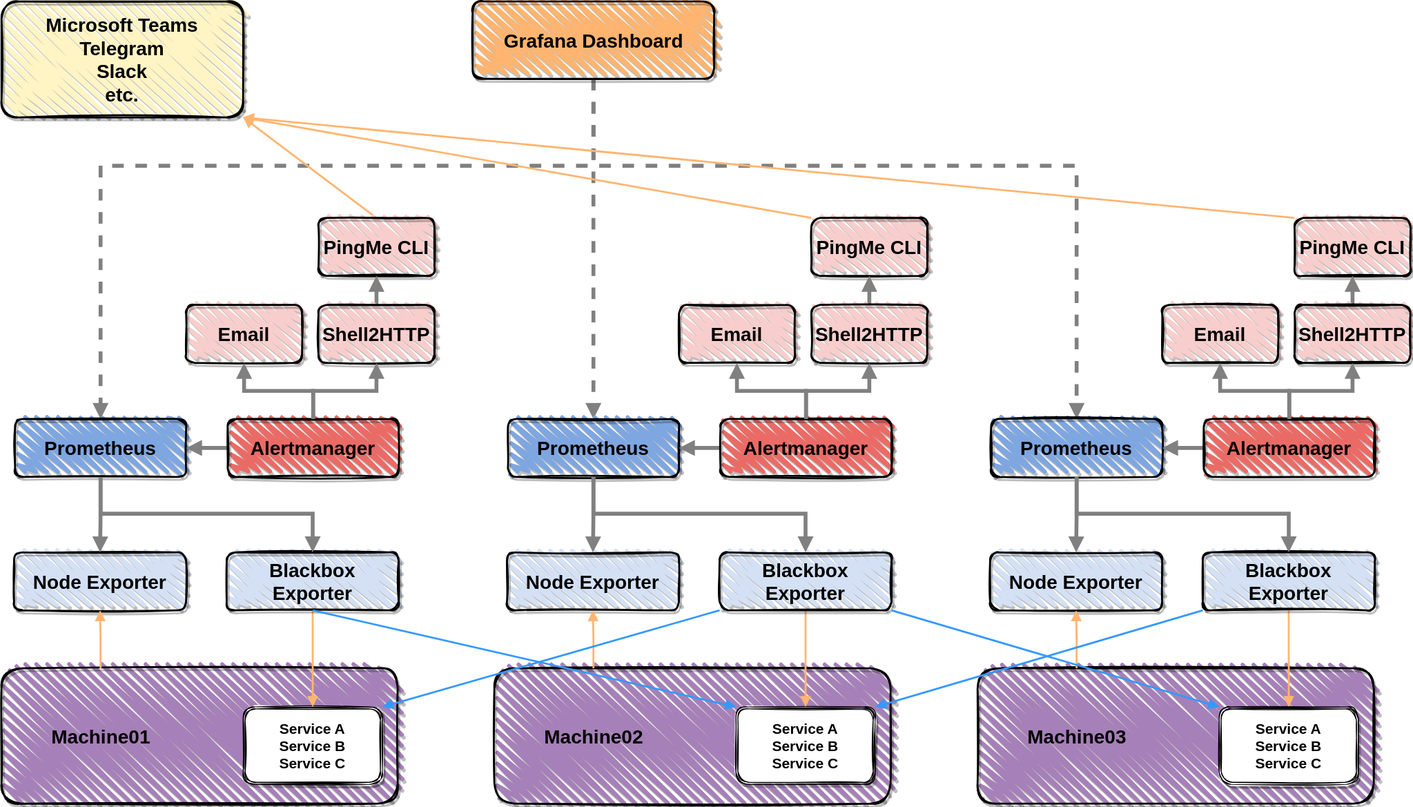
Before: docs/architecture.drawio.svg, a diagram exported from draw.io (matbgn/prommanager). Source tidied: cells renumbered, new cells last; positions are measured from the earlier drawing's top-left corner, leaving out a move shared by most shapes.
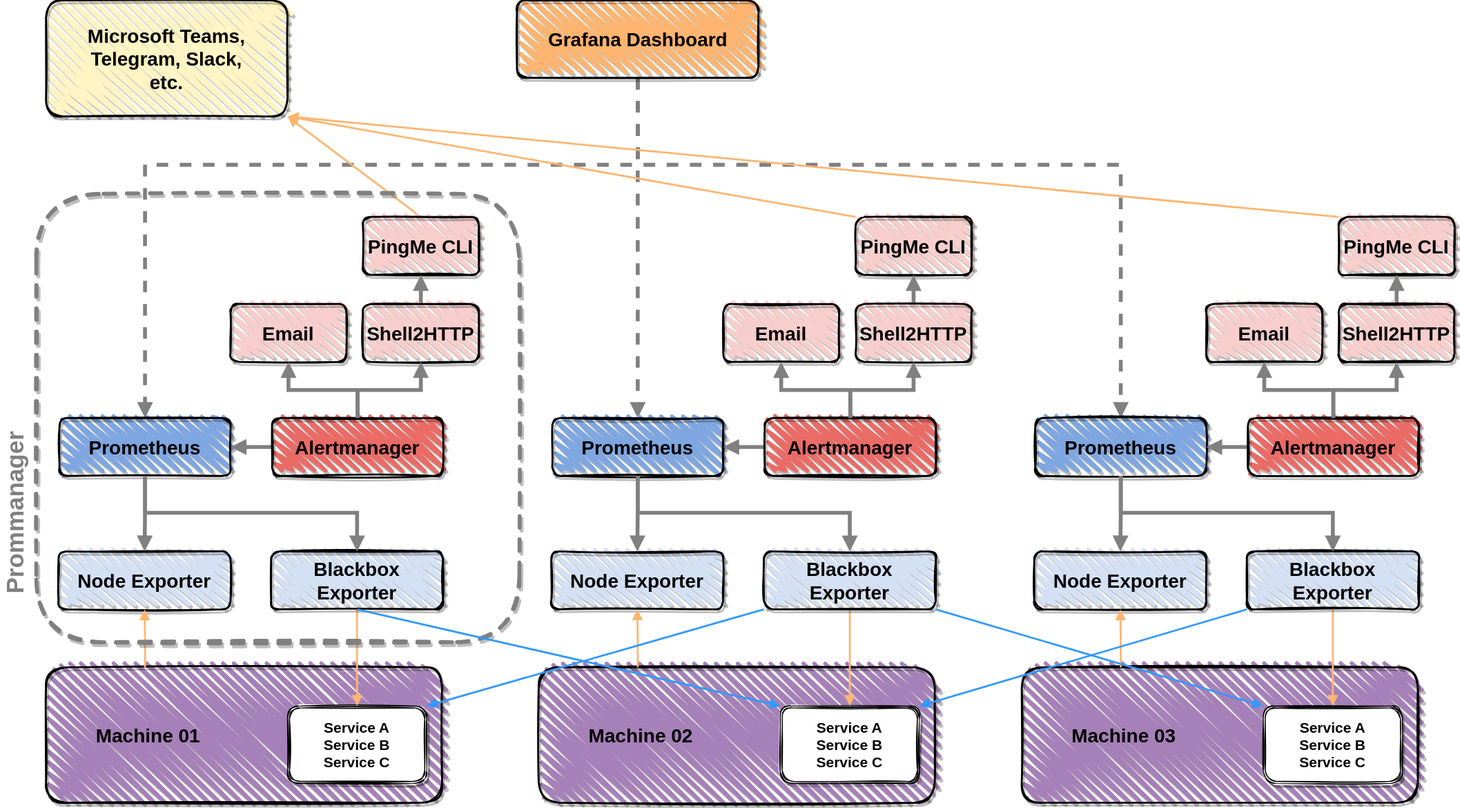
After the commit.

Commit message:
Update architecture diagram

Diff of the diagram source:
```diff
@@ -33,11 +33,11 @@
     <mxCell id="6" style="rounded=0;jettySize=auto;html=1;exitX=0.5;exitY=0;exitDx=0;exitDy=0;entryX=1;entryY=1;entryDx=0;entryDy=0;fontSize=15;startArrow=none;startFill=0;endArrow=block;endFill=1;strokeColor=#FFB570;strokeWidth=2;" parent="1" edge="1" source="14" target="7">
       <mxGeometry relative="1" as="geometry" />
     </mxCell>
-    <mxCell id="7" value="&lt;span style=&quot;font-size: 20px;&quot;&gt;&lt;b&gt;Microsoft Teams&lt;br&gt;Telegram&lt;br&gt;Slack&lt;br&gt;etc.&lt;br&gt;&lt;/b&gt;&lt;/span&gt;" style="rounded=1;whiteSpace=wrap;html=1;strokeWidth=2;fillWeight=4;hachureGap=8;hachureAngle=45;fillColor=#FFF4C3;sketch=1;shadow=1;glass=0;fillStyle=zigzag;" parent="1" vertex="1">
+    <mxCell id="7" value="&lt;span style=&quot;font-size: 20px;&quot;&gt;&lt;b&gt;Microsoft Teams,&lt;br&gt;Telegram,&amp;nbsp;&lt;/b&gt;&lt;/span&gt;&lt;b style=&quot;font-size: 20px;&quot;&gt;Slack,&lt;/b&gt;&lt;span style=&quot;font-size: 20px;&quot;&gt;&lt;b&gt;&lt;br&gt;etc.&lt;br&gt;&lt;/b&gt;&lt;/span&gt;" style="rounded=1;whiteSpace=wrap;html=1;strokeWidth=2;fillWeight=4;hachureGap=8;hachureAngle=45;fillColor=#FFF4C3;sketch=1;shadow=1;glass=0;fillStyle=zigzag;" parent="1" vertex="1">
       <mxGeometry width="250" height="120" as="geometry" />
     </mxCell>
     <mxCell id="8" style="group;" parent="1" vertex="1">
-      <mxGeometry y="224" width="448" height="606" as="geometry" />
+      <mxGeometry y="224" width="490" height="606" as="geometry" />
     </mxCell>
     <mxCell id="9" value="&lt;b&gt;&lt;font style=&quot;font-size: 20px;&quot;&gt;Prometheus&lt;/font&gt;&lt;/b&gt;" style="rounded=1;whiteSpace=wrap;html=1;strokeWidth=2;fillWeight=4;hachureGap=8;hachureAngle=45;fillColor=#7EA6E0;sketch=1;shadow=1;glass=0;fillStyle=zigzag;" parent="8" vertex="1">
       <mxGeometry x="14" y="208" width="177" height="60" as="geometry" />
@@ -60,7 +60,7 @@
     <mxCell id="15" style="group;" parent="8" vertex="1">
       <mxGeometry y="466" width="410" height="140" as="geometry" />
     </mxCell>
-    <mxCell id="16" value="&lt;b&gt;&lt;font style=&quot;font-size: 20px;&quot;&gt;Machine01&lt;/font&gt;&lt;/b&gt;" style="rounded=1;whiteSpace=wrap;html=1;strokeWidth=2;fillWeight=4;hachureGap=8;hachureAngle=45;fillColor=#A680B8;sketch=1;shadow=1;glass=0;fillStyle=zigzag;align=left;verticalAlign=middle;labelPosition=center;verticalLabelPosition=middle;spacingTop=0;spacing=2;spacingLeft=50;" parent="15" vertex="1">
+    <mxCell id="16" value="&lt;b&gt;&lt;font style=&quot;font-size: 20px;&quot;&gt;Machine 01&lt;/font&gt;&lt;/b&gt;" style="rounded=1;whiteSpace=wrap;html=1;strokeWidth=2;fillWeight=4;hachureGap=8;hachureAngle=45;fillColor=#A680B8;sketch=1;shadow=1;glass=0;fillStyle=zigzag;align=left;verticalAlign=middle;labelPosition=center;verticalLabelPosition=middle;spacingTop=0;spacing=2;spacingLeft=50;" parent="15" vertex="1">
       <mxGeometry width="410" height="140" as="geometry" />
     </mxCell>
     <mxCell id="17" value="&lt;b style=&quot;font-size: 15px;&quot;&gt;Service A&lt;br&gt;Service B&lt;br&gt;Service C&lt;/b&gt;" style="shape=ext;double=1;rounded=1;whiteSpace=wrap;html=1;shadow=1;glass=0;sketch=1;fillStyle=solid;fillColor=#FFFFFF;" parent="15" vertex="1">
@@ -101,6 +101,9 @@
     <mxCell id="27" style="edgeStyle=orthogonalEdgeStyle;rounded=0;jettySize=auto;html=1;exitX=0.5;exitY=0;exitDx=0;exitDy=0;entryX=0.5;entryY=1;entryDx=0;entryDy=0;fontSize=15;startArrow=none;startFill=0;endArrow=block;endFill=1;strokeColor=#808080;strokeWidth=4;" parent="8" edge="1" source="13" target="26">
       <mxGeometry relative="1" as="geometry" />
     </mxCell>
+    <mxCell id="74" value="&lt;b&gt;&lt;font color=&quot;#808080&quot; style=&quot;font-size: 25px;&quot;&gt;Prommanager&lt;/font&gt;&lt;/b&gt;" style="rounded=1;whiteSpace=wrap;html=1;strokeWidth=4;fillWeight=4;hachureGap=8;hachureAngle=45;fillColor=none;sketch=1;shadow=1;glass=0;fillStyle=zigzag;align=right;verticalAlign=bottom;spacing=2;labelPosition=left;verticalLabelPosition=top;dashed=1;strokeColor=#808080;spacingLeft=0;spacingBottom=5;horizontal=0;spacingRight=-220;" parent="8" vertex="1">
+      <mxGeometry x="-10" y="-24" width="500" height="464" as="geometry" />
+    </mxCell>
     <mxCell id="28" style="group;" parent="1" vertex="1">
       <mxGeometry x="510" y="224" width="448" height="606" as="geometry" />
     </mxCell>
@@ -125,7 +128,7 @@
     <mxCell id="35" style="group;" parent="28" vertex="1">
       <mxGeometry y="466" width="410" height="140" as="geometry" />
     </mxCell>
-    <mxCell id="36" value="&lt;b&gt;&lt;font style=&quot;font-size: 20px;&quot;&gt;Machine02&lt;/font&gt;&lt;/b&gt;" style="rounded=1;whiteSpace=wrap;html=1;strokeWidth=2;fillWeight=4;hachureGap=8;hachureAngle=45;fillColor=#A680B8;sketch=1;shadow=1;glass=0;fillStyle=zigzag;align=left;verticalAlign=middle;labelPosition=center;verticalLabelPosition=middle;spacingTop=0;spacing=2;spacingLeft=50;" parent="35" vertex="1">
+    <mxCell id="36" value="&lt;b&gt;&lt;font style=&quot;font-size: 20px;&quot;&gt;Machine 02&lt;/font&gt;&lt;/b&gt;" style="rounded=1;whiteSpace=wrap;html=1;strokeWidth=2;fillWeight=4;hachureGap=8;hachureAngle=45;fillColor=#A680B8;sketch=1;shadow=1;glass=0;fillStyle=zigzag;align=left;verticalAlign=middle;labelPosition=center;verticalLabelPosition=middle;spacingTop=0;spacing=2;spacingLeft=50;" parent="35" vertex="1">
       <mxGeometry width="410" height="140" as="geometry" />
     </mxCell>
     <mxCell id="37" value="&lt;b style=&quot;font-size: 15px;&quot;&gt;Service A&lt;br&gt;Service B&lt;br&gt;Service C&lt;/b&gt;" style="shape=ext;double=1;rounded=1;whiteSpace=wrap;html=1;shadow=1;glass=0;sketch=1;fillStyle=solid;fillColor=#FFFFFF;" parent="35" vertex="1">
@@ -196,7 +199,7 @@
     <mxCell id="57" style="group;" parent="50" vertex="1">
       <mxGeometry y="466" width="410" height="140" as="geometry" />
     </mxCell>
-    <mxCell id="58" value="&lt;b&gt;&lt;font style=&quot;font-size: 20px;&quot;&gt;Machine03&lt;/font&gt;&lt;/b&gt;" style="rounded=1;whiteSpace=wrap;html=1;strokeWidth=2;fillWeight=4;hachureGap=8;hachureAngle=45;fillColor=#A680B8;sketch=1;shadow=1;glass=0;fillStyle=zigzag;align=left;verticalAlign=middle;labelPosition=center;verticalLabelPosition=middle;spacingTop=0;spacing=2;spacingLeft=50;" parent="57" vertex="1">
+    <mxCell id="58" value="&lt;b&gt;&lt;font style=&quot;font-size: 20px;&quot;&gt;Machine 03&lt;/font&gt;&lt;/b&gt;" style="rounded=1;whiteSpace=wrap;html=1;strokeWidth=2;fillWeight=4;hachureGap=8;hachureAngle=45;fillColor=#A680B8;sketch=1;shadow=1;glass=0;fillStyle=zigzag;align=left;verticalAlign=middle;labelPosition=center;verticalLabelPosition=middle;spacingTop=0;spacing=2;spacingLeft=50;" parent="57" vertex="1">
       <mxGeometry width="410" height="140" as="geometry" />
     </mxCell>
     <mxCell id="59" value="&lt;b style=&quot;font-size: 15px;&quot;&gt;Service A&lt;br&gt;Service B&lt;br&gt;Service C&lt;/b&gt;" style="shape=ext;double=1;rounded=1;whiteSpace=wrap;html=1;shadow=1;glass=0;sketch=1;fillStyle=solid;fillColor=#FFFFFF;" parent="57" vertex="1">
```
